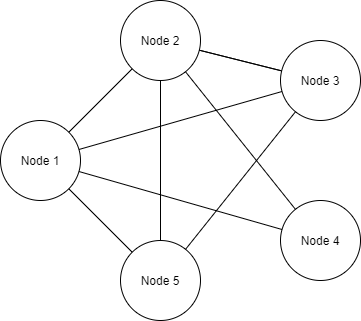
This is Example3.png from joelhwang/CS-3310-Hamiltonion-Circuit, a draw.io export, as it was before one commit. Source tidied: cells renumbered, new cells last; positions are measured from the earlier drawing's top-left corner, leaving out a move shared by most shapes. The source it was exported from:
```xml
<mxGraphModel>
  <root>
    <mxCell id="0" />
    <mxCell id="1" parent="0" />
    <mxCell id="2" value="Node 1" style="ellipse;whiteSpace=wrap;html=1;" parent="1" vertex="1">
      <mxGeometry y="120" width="80" height="80" as="geometry" />
    </mxCell>
    <mxCell id="3" value="Node 2" style="ellipse;whiteSpace=wrap;html=1;" parent="1" vertex="1">
      <mxGeometry x="120" width="80" height="80" as="geometry" />
    </mxCell>
    <mxCell id="4" value="Node 4" style="ellipse;whiteSpace=wrap;html=1;" parent="1" vertex="1">
      <mxGeometry x="280" y="200" width="80" height="80" as="geometry" />
    </mxCell>
    <mxCell id="5" style="endArrow=none;html=1;" parent="1" edge="1" source="2" target="3">
      <mxGeometry relative="1" as="geometry" />
    </mxCell>
    <mxCell id="6" style="endArrow=none;html=1;" parent="1" edge="1" source="2" target="9">
      <mxGeometry relative="1" as="geometry" />
    </mxCell>
    <mxCell id="7" style="endArrow=none;html=1;" parent="1" edge="1" source="9" target="3">
      <mxGeometry relative="1" as="geometry" />
    </mxCell>
    <mxCell id="8" style="endArrow=none;html=1;startArrow=none;" parent="1" edge="1" source="9" target="3">
      <mxGeometry relative="1" as="geometry" />
    </mxCell>
    <mxCell id="9" value="Node 3" style="ellipse;whiteSpace=wrap;html=1;" parent="1" vertex="1">
      <mxGeometry x="280" y="40" width="80" height="80" as="geometry" />
    </mxCell>
    <mxCell id="10" style="endArrow=none;html=1;" parent="1" edge="1" source="4" target="3">
      <mxGeometry relative="1" as="geometry" />
    </mxCell>
    <mxCell id="11" value="Node 5" style="ellipse;whiteSpace=wrap;html=1;" parent="1" vertex="1">
      <mxGeometry x="120" y="240" width="80" height="80" as="geometry" />
    </mxCell>
    <mxCell id="12" style="endArrow=none;html=1;" parent="1" edge="1" source="2" target="4">
      <mxGeometry relative="1" as="geometry" />
    </mxCell>
    <mxCell id="13" style="endArrow=none;html=1;" parent="1" edge="1" source="2" target="11">
      <mxGeometry relative="1" as="geometry" />
    </mxCell>
    <mxCell id="14" style="endArrow=none;html=1;" parent="1" edge="1" source="11" target="3">
      <mxGeometry relative="1" as="geometry" />
    </mxCell>
    <mxCell id="15" style="endArrow=none;html=1;" parent="1" edge="1" source="11" target="9">
      <mxGeometry relative="1" as="geometry" />
    </mxCell>
  </root>
</mxGraphModel>
```
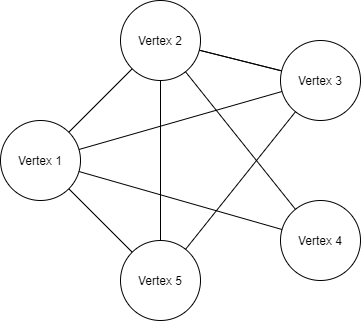
After the commit.

What changed in the source:
```diff
@@ -2,13 +2,13 @@
   <root>
     <mxCell id="0" />
     <mxCell id="1" parent="0" />
-    <mxCell id="2" value="Node 1" style="ellipse;whiteSpace=wrap;html=1;" parent="1" vertex="1">
+    <mxCell id="2" value="Vertex 1" style="ellipse;whiteSpace=wrap;html=1;" parent="1" vertex="1">
       <mxGeometry y="120" width="80" height="80" as="geometry" />
     </mxCell>
-    <mxCell id="3" value="Node 2" style="ellipse;whiteSpace=wrap;html=1;" parent="1" vertex="1">
+    <mxCell id="3" value="Vertex 2" style="ellipse;whiteSpace=wrap;html=1;" parent="1" vertex="1">
       <mxGeometry x="120" width="80" height="80" as="geometry" />
     </mxCell>
-    <mxCell id="4" value="Node 4" style="ellipse;whiteSpace=wrap;html=1;" parent="1" vertex="1">
+    <mxCell id="4" value="Vertex 4" style="ellipse;whiteSpace=wrap;html=1;" parent="1" vertex="1">
       <mxGeometry x="280" y="200" width="80" height="80" as="geometry" />
     </mxCell>
     <mxCell id="5" style="endArrow=none;html=1;" parent="1" edge="1" source="2" target="3">
@@ -23,13 +23,13 @@
     <mxCell id="8" style="endArrow=none;html=1;startArrow=none;" parent="1" edge="1" source="9" target="3">
       <mxGeometry relative="1" as="geometry" />
     </mxCell>
-    <mxCell id="9" value="Node 3" style="ellipse;whiteSpace=wrap;html=1;" parent="1" vertex="1">
+    <mxCell id="9" value="Vertex 3" style="ellipse;whiteSpace=wrap;html=1;" parent="1" vertex="1">
       <mxGeometry x="280" y="40" width="80" height="80" as="geometry" />
     </mxCell>
     <mxCell id="10" style="endArrow=none;html=1;" parent="1" edge="1" source="4" target="3">
       <mxGeometry relative="1" as="geometry" />
     </mxCell>
-    <mxCell id="11" value="Node 5" style="ellipse;whiteSpace=wrap;html=1;" parent="1" vertex="1">
+    <mxCell id="11" value="Vertex 5" style="ellipse;whiteSpace=wrap;html=1;" parent="1" vertex="1">
       <mxGeometry x="120" y="240" width="80" height="80" as="geometry" />
     </mxCell>
     <mxCell id="12" style="endArrow=none;html=1;" parent="1" edge="1" source="2" target="4">
```
